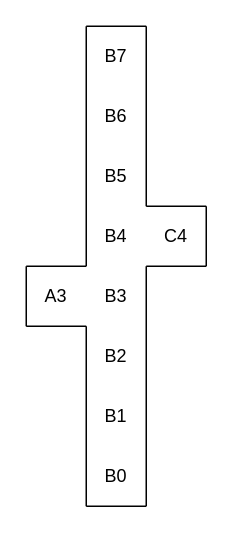
tgodfrey0/LLM_ROS2_Control keeps this draw.io diagram as layout.drawio. Above is the earlier version. Source tidied: cells renumbered, new cells numbered last; positions are measured from the earlier drawing's top-left corner, leaving out a move shared by most shapes. Both pictures are drawn from the tidied source at 150%, with x=0, y=0 at pixel (26, 26).
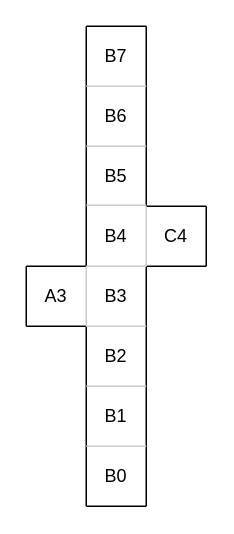
After the change.

Unchanged cells that the change refers to:
```xml
<mxCell id="18" value="B2" style="text;html=1;strokeColor=none;fillColor=none;align=center;verticalAlign=middle;whiteSpace=wrap;rounded=0;" parent="1" vertex="1">
  <mxGeometry x="40" y="200" width="40" height="40" as="geometry" />
</mxCell>
<mxCell id="20" value="B3" style="text;html=1;strokeColor=none;fillColor=none;align=center;verticalAlign=middle;whiteSpace=wrap;rounded=0;" parent="1" vertex="1">
  <mxGeometry x="40" y="160" width="40" height="40" as="geometry" />
</mxCell>
<mxCell id="21" value="C4" style="text;html=1;strokeColor=none;fillColor=none;align=center;verticalAlign=middle;whiteSpace=wrap;rounded=0;" parent="1" vertex="1">
  <mxGeometry x="80" y="120" width="40" height="40" as="geometry" />
</mxCell>
```

The edit, as a diff of the source:
```diff
@@
+    <mxCell id="24" style="endArrow=none;html=1;rounded=0;strokeColor=#CCCCCC;" parent="1" edge="1">
+      <mxGeometry relative="1" as="geometry">
+        <mxPoint x="40" y="40" as="sourcePoint" />
+        <mxPoint x="80" y="40" as="targetPoint" />
+      </mxGeometry>
+    </mxCell>
+    <mxCell id="25" style="endArrow=none;html=1;rounded=0;strokeColor=#CCCCCC;" parent="1" edge="1">
+      <mxGeometry relative="1" as="geometry">
+        <mxPoint x="40" y="80" as="sourcePoint" />
+        <mxPoint x="80" y="80" as="targetPoint" />
+      </mxGeometry>
+    </mxCell>
+    <mxCell id="26" style="endArrow=none;html=1;rounded=0;strokeColor=#CCCCCC;" parent="1" edge="1">
+      <mxGeometry relative="1" as="geometry">
+        <mxPoint x="40" y="119.4" as="sourcePoint" />
+        <mxPoint x="80" y="119.4" as="targetPoint" />
+      </mxGeometry>
+    </mxCell>
+    <mxCell id="27" style="endArrow=none;html=1;rounded=0;strokeColor=#CCCCCC;" parent="1" edge="1">
+      <mxGeometry relative="1" as="geometry">
+        <mxPoint x="40" y="160" as="sourcePoint" />
+        <mxPoint x="80" y="160" as="targetPoint" />
+      </mxGeometry>
+    </mxCell>
+    <mxCell id="28" style="endArrow=none;html=1;rounded=0;strokeColor=#CCCCCC;" parent="1" edge="1">
+      <mxGeometry relative="1" as="geometry">
+        <mxPoint x="40" y="200" as="sourcePoint" />
+        <mxPoint x="80" y="200" as="targetPoint" />
+      </mxGeometry>
+    </mxCell>
+    <mxCell id="29" style="endArrow=none;html=1;rounded=0;strokeColor=#CCCCCC;" parent="1" edge="1">
+      <mxGeometry relative="1" as="geometry">
+        <mxPoint x="40" y="240" as="sourcePoint" />
+        <mxPoint x="80" y="240" as="targetPoint" />
+      </mxGeometry>
+    </mxCell>
+    <mxCell id="30" style="endArrow=none;html=1;rounded=0;strokeColor=#CCCCCC;" parent="1" edge="1">
+      <mxGeometry relative="1" as="geometry">
+        <mxPoint x="40" y="280" as="sourcePoint" />
+        <mxPoint x="80" y="280" as="targetPoint" />
+      </mxGeometry>
+    </mxCell>
+    <mxCell id="31" style="endArrow=none;html=1;rounded=0;strokeColor=#CCCCCC;entryX=0;entryY=1;entryDx=0;entryDy=0;" parent="1" edge="1" target="21">
+      <mxGeometry relative="1" as="geometry">
+        <mxPoint x="80" y="120" as="sourcePoint" />
+      </mxGeometry>
+    </mxCell>
+    <mxCell id="32" style="endArrow=none;html=1;rounded=0;strokeColor=#CCCCCC;exitX=0;exitY=0;exitDx=0;exitDy=0;entryX=0;entryY=0;entryDx=0;entryDy=0;" parent="1" edge="1" source="20" target="18">
+      <mxGeometry relative="1" as="geometry" />
+    </mxCell>
```
